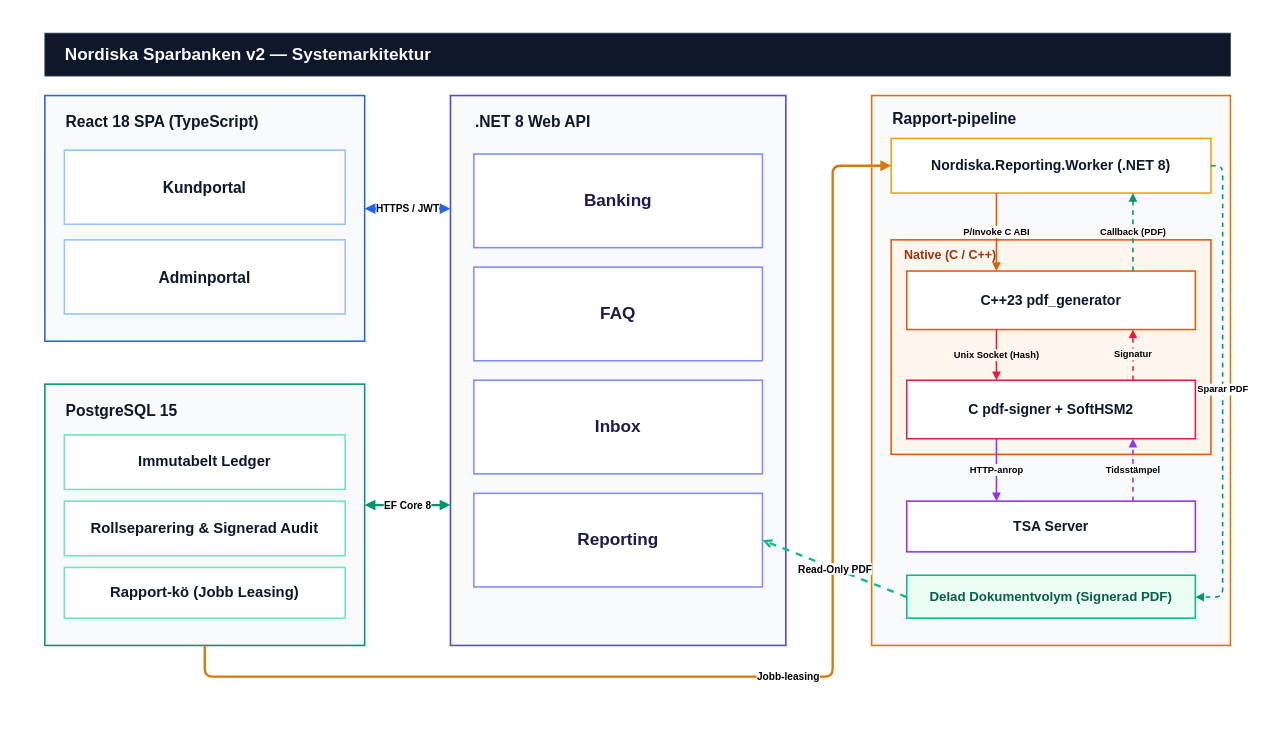
Above: docs/MVP_demo/slide_1_systemarkitektur.drawio in chas-challenge-2026/nordiska-team1 (draw.io), before the change. Source tidied: cells renumbered, new cells numbered last; positions are measured from the earlier drawing's top-left corner, leaving out a move shared by most shapes. Both pictures are drawn from the tidied source at 78%, with x=0, y=0 at pixel (44, 33).
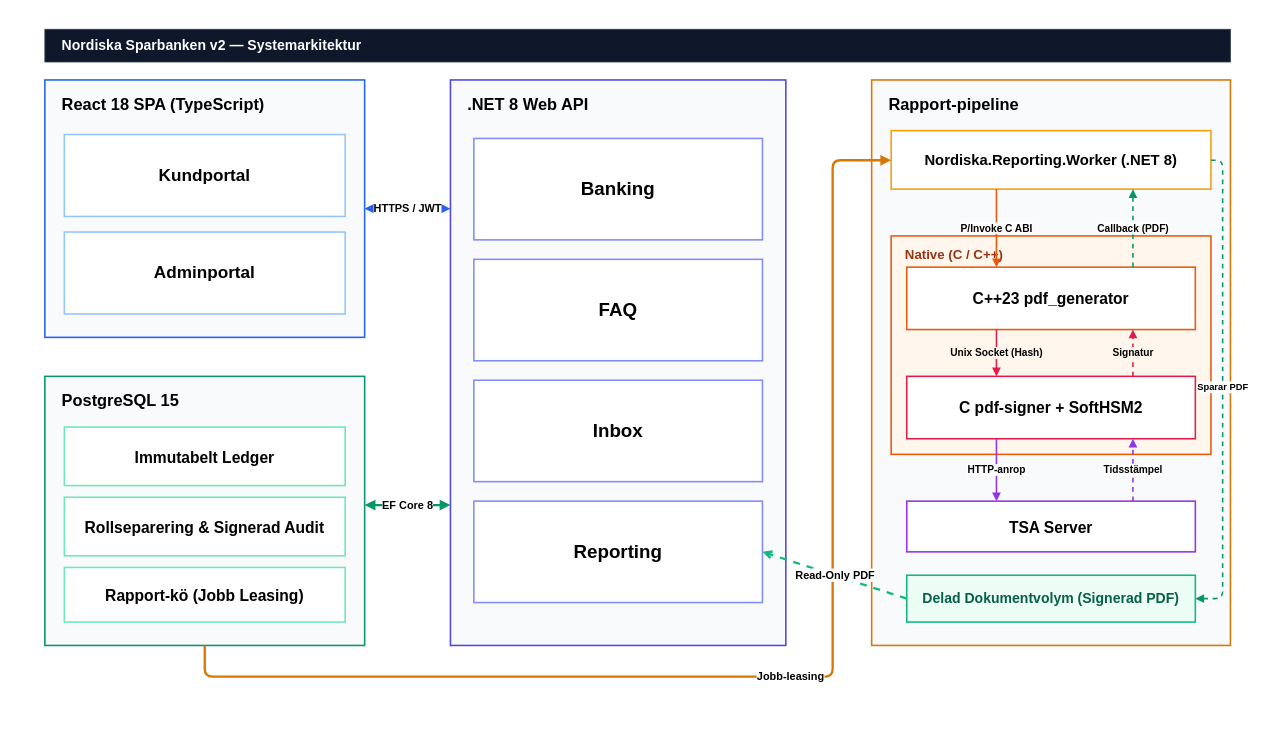
Above is the later version.

Commit message (it also covers changes not shown here):
add: MVP slide 1 & 2

What changed in the source:
```diff
@@
-<mxGraphModel>
+<mxGraphModel background="#FFFFFF">
@@
+    <mxCell id="38" style="rounded=0;whiteSpace=wrap;html=1;fillColor=#FFFFFF;strokeColor=none;" parent="1" vertex="1">
+      <mxGeometry x="-40" y="-25" width="1600" height="900" as="geometry" />
+    </mxCell>
-    <mxCell id="2" value="Nordiska Sparbanken v2 — Systemarkitektur" style="rounded=0;whiteSpace=wrap;html=1;fillColor=#0F172A;strokeColor=#334155;fontColor=#F8FAFC;fontSize=22;fontStyle=1;align=left;spacingLeft=24;" parent="1" vertex="1">
-      <mxGeometry width="1520" height="55" as="geometry" />
+    <mxCell id="2" value="Nordiska Sparbanken v2 — Systemarkitektur" style="rounded=0;whiteSpace=wrap;html=1;fillColor=#0F172A;strokeColor=#334155;fontColor=#FFFFFF;fontSize=18;fontStyle=1;align=left;spacingLeft=20;" parent="1" vertex="1">
+      <mxGeometry y="-5" width="1520" height="42" as="geometry" />
     </mxCell>
-    <mxCell id="3" style="rounded=0;whiteSpace=wrap;html=1;fillColor=#F8FAFC;strokeColor=#2563EB;strokeWidth=2;" parent="1" vertex="1">
-      <mxGeometry y="80" width="410" height="315" as="geometry" />
+    <mxCell id="3" value="React 18 SPA (TypeScript)" style="rounded=0;whiteSpace=wrap;html=1;fillColor=#F8FAFC;strokeColor=#2563EB;strokeWidth=2;verticalAlign=top;align=left;spacingLeft=20;spacingTop=12;fontSize=21;fontStyle=1;fontColor=#000000;" parent="1" vertex="1">
+      <mxGeometry y="60" width="410" height="330" as="geometry" />
     </mxCell>
-    <mxCell id="4" value="React 18 SPA (TypeScript)" style="text;html=1;align=left;verticalAlign=middle;whiteSpace=wrap;fontColor=#0F172A;fontSize=20;fontStyle=1;" parent="1" vertex="1">
-      <mxGeometry x="25" y="95" width="360" height="35" as="geometry" />
-    </mxCell>
-    <mxCell id="5" value="Kundportal" style="rounded=0;whiteSpace=wrap;html=1;fillColor=#FFFFFF;strokeColor=#93C5FD;strokeWidth=2;align=center;fontSize=20;fontStyle=1;fontColor=#0F172A;" parent="1" vertex="1">
-      <mxGeometry x="25" y="150" width="360" height="95" as="geometry" />
+    <mxCell id="5" value="Kundportal" style="rounded=0;whiteSpace=wrap;html=1;fillColor=#FFFFFF;strokeColor=#93C5FD;strokeWidth=2;align=center;fontSize=22;fontStyle=1;fontColor=#000000;" parent="1" vertex="1">
+      <mxGeometry x="25" y="130" width="360" height="105" as="geometry" />
     </mxCell>
-    <mxCell id="6" value="Adminportal" style="rounded=0;whiteSpace=wrap;html=1;fillColor=#FFFFFF;strokeColor=#93C5FD;strokeWidth=2;align=center;fontSize=20;fontStyle=1;fontColor=#0F172A;" parent="1" vertex="1">
-      <mxGeometry x="25" y="265" width="360" height="95" as="geometry" />
+    <mxCell id="6" value="Adminportal" style="rounded=0;whiteSpace=wrap;html=1;fillColor=#FFFFFF;strokeColor=#93C5FD;strokeWidth=2;align=center;fontSize=22;fontStyle=1;fontColor=#000000;" parent="1" vertex="1">
+      <mxGeometry x="25" y="255" width="360" height="105" as="geometry" />
     </mxCell>
-    <mxCell id="7" style="rounded=0;whiteSpace=wrap;html=1;fillColor=#F8FAFC;strokeColor=#059669;strokeWidth=2;" parent="1" vertex="1">
-      <mxGeometry y="450" width="410" height="335" as="geometry" />
+    <mxCell id="7" value="PostgreSQL 15" style="rounded=0;whiteSpace=wrap;html=1;fillColor=#F8FAFC;strokeColor=#059669;strokeWidth=2;verticalAlign=top;align=left;spacingLeft=20;spacingTop=12;fontSize=21;fontStyle=1;fontColor=#000000;" parent="1" vertex="1">
+      <mxGeometry y="440" width="410" height="345" as="geometry" />
     </mxCell>
-    <mxCell id="8" value="PostgreSQL 15" style="text;html=1;align=left;verticalAlign=middle;whiteSpace=wrap;fontColor=#0F172A;fontSize=20;fontStyle=1;" parent="1" vertex="1">
-      <mxGeometry x="25" y="465" width="360" height="35" as="geometry" />
-    </mxCell>
-    <mxCell id="9" value="Immutabelt Ledger" style="rounded=0;whiteSpace=wrap;html=1;fillColor=#FFFFFF;strokeColor=#6EE7B7;strokeWidth=2;align=center;fontSize=19;fontStyle=1;fontColor=#0F172A;" parent="1" vertex="1">
-      <mxGeometry x="25" y="515" width="360" height="70" as="geometry" />
+    <mxCell id="9" value="Immutabelt Ledger" style="rounded=0;whiteSpace=wrap;html=1;fillColor=#FFFFFF;strokeColor=#6EE7B7;strokeWidth=2;align=center;fontSize=20;fontStyle=1;fontColor=#000000;" parent="1" vertex="1">
+      <mxGeometry x="25" y="505" width="360" height="75" as="geometry" />
     </mxCell>
-    <mxCell id="10" value="Rollseparering &amp; Signerad Audit" style="rounded=0;whiteSpace=wrap;html=1;fillColor=#FFFFFF;strokeColor=#6EE7B7;strokeWidth=2;align=center;fontSize=19;fontStyle=1;fontColor=#0F172A;" parent="1" vertex="1">
-      <mxGeometry x="25" y="600" width="360" height="70" as="geometry" />
+    <mxCell id="10" value="Rollseparering &amp; Signerad Audit" style="rounded=0;whiteSpace=wrap;html=1;fillColor=#FFFFFF;strokeColor=#6EE7B7;strokeWidth=2;align=center;fontSize=20;fontStyle=1;fontColor=#000000;" parent="1" vertex="1">
+      <mxGeometry x="25" y="595" width="360" height="75" as="geometry" />
     </mxCell>
-    <mxCell id="11" value="Rapport-kö (Jobb Leasing)" style="rounded=0;whiteSpace=wrap;html=1;fillColor=#FFFFFF;strokeColor=#6EE7B7;strokeWidth=2;align=center;fontSize=19;fontStyle=1;fontColor=#0F172A;" parent="1" vertex="1">
-      <mxGeometry x="25" y="685" width="360" height="65" as="geometry" />
+    <mxCell id="11" value="Rapport-kö (Jobb Leasing)" style="rounded=0;whiteSpace=wrap;html=1;fillColor=#FFFFFF;strokeColor=#6EE7B7;strokeWidth=2;align=center;fontSize=20;fontStyle=1;fontColor=#000000;" parent="1" vertex="1">
+      <mxGeometry x="25" y="685" width="360" height="70" as="geometry" />
     </mxCell>
-    <mxCell id="12" style="rounded=0;whiteSpace=wrap;html=1;fillColor=#F8FAFC;strokeColor=#4F46E5;strokeWidth=2;" parent="1" vertex="1">
-      <mxGeometry x="520" y="80" width="430" height="705" as="geometry" />
+    <mxCell id="12" value=".NET 8 Web API" style="rounded=0;whiteSpace=wrap;html=1;fillColor=#F8FAFC;strokeColor=#4F46E5;strokeWidth=2;verticalAlign=top;align=left;spacingLeft=20;spacingTop=12;fontSize=21;fontStyle=1;fontColor=#000000;" parent="1" vertex="1">
+      <mxGeometry x="520" y="60" width="430" height="725" as="geometry" />
     </mxCell>
-    <mxCell id="13" value=".NET 8 Web API" style="text;html=1;align=left;verticalAlign=middle;whiteSpace=wrap;fontColor=#0F172A;fontSize=20;fontStyle=1;" parent="1" vertex="1">
-      <mxGeometry x="550" y="95" width="370" height="35" as="geometry" />
-    </mxCell>
-    <mxCell id="14" value="Banking" style="rounded=0;whiteSpace=wrap;html=1;fillColor=#FFFFFF;strokeColor=#818CF8;strokeWidth=2;align=center;fontSize=22;fontStyle=1;fontColor=#1E1B4B;" parent="1" vertex="1">
-      <mxGeometry x="550" y="155" width="370" height="120" as="geometry" />
+    <mxCell id="14" value="Banking" style="rounded=0;whiteSpace=wrap;html=1;fillColor=#FFFFFF;strokeColor=#818CF8;strokeWidth=2;align=center;fontSize=24;fontStyle=1;fontColor=#000000;" parent="1" vertex="1">
+      <mxGeometry x="550" y="135" width="370" height="130" as="geometry" />
     </mxCell>
-    <mxCell id="15" value="FAQ" style="rounded=0;whiteSpace=wrap;html=1;fillColor=#FFFFFF;strokeColor=#818CF8;strokeWidth=2;align=center;fontSize=22;fontStyle=1;fontColor=#1E1B4B;" parent="1" vertex="1">
-      <mxGeometry x="550" y="300" width="370" height="120" as="geometry" />
+    <mxCell id="15" value="FAQ" style="rounded=0;whiteSpace=wrap;html=1;fillColor=#FFFFFF;strokeColor=#818CF8;strokeWidth=2;align=center;fontSize=24;fontStyle=1;fontColor=#000000;" parent="1" vertex="1">
+      <mxGeometry x="550" y="290" width="370" height="130" as="geometry" />
     </mxCell>
-    <mxCell id="16" value="Inbox" style="rounded=0;whiteSpace=wrap;html=1;fillColor=#FFFFFF;strokeColor=#818CF8;strokeWidth=2;align=center;fontSize=22;fontStyle=1;fontColor=#1E1B4B;" parent="1" vertex="1">
-      <mxGeometry x="550" y="445" width="370" height="120" as="geometry" />
+    <mxCell id="16" value="Inbox" style="rounded=0;whiteSpace=wrap;html=1;fillColor=#FFFFFF;strokeColor=#818CF8;strokeWidth=2;align=center;fontSize=24;fontStyle=1;fontColor=#000000;" parent="1" vertex="1">
+      <mxGeometry x="550" y="445" width="370" height="130" as="geometry" />
     </mxCell>
-    <mxCell id="17" value="Reporting" style="rounded=0;whiteSpace=wrap;html=1;fillColor=#FFFFFF;strokeColor=#818CF8;strokeWidth=2;align=center;fontSize=22;fontStyle=1;fontColor=#1E1B4B;" parent="1" vertex="1">
-      <mxGeometry x="550" y="590" width="370" height="120" as="geometry" />
+    <mxCell id="17" value="Reporting" style="rounded=0;whiteSpace=wrap;html=1;fillColor=#FFFFFF;strokeColor=#818CF8;strokeWidth=2;align=center;fontSize=24;fontStyle=1;fontColor=#000000;" parent="1" vertex="1">
+      <mxGeometry x="550" y="600" width="370" height="130" as="geometry" />
     </mxCell>
-    <mxCell id="18" style="rounded=0;whiteSpace=wrap;html=1;fillColor=#F8FAFC;strokeColor=#D97706;strokeWidth=2;" parent="1" vertex="1">
-      <mxGeometry x="1060" y="80" width="460" height="705" as="geometry" />
+    <mxCell id="18" value="Rapport-pipeline" style="rounded=0;whiteSpace=wrap;html=1;fillColor=#F8FAFC;strokeColor=#D97706;strokeWidth=2;verticalAlign=top;align=left;spacingLeft=20;spacingTop=12;fontSize=21;fontStyle=1;fontColor=#000000;" parent="1" vertex="1">
+      <mxGeometry x="1060" y="60" width="460" height="725" as="geometry" />
     </mxCell>
-    <mxCell id="19" value="Rapport-pipeline" style="text;html=1;align=left;verticalAlign=middle;whiteSpace=wrap;fontColor=#0F172A;fontSize=20;fontStyle=1;" parent="1" vertex="1">
-      <mxGeometry x="1085" y="93" width="390" height="32" as="geometry" />
-    </mxCell>
-    <mxCell id="20" value="Nordiska.Reporting.Worker (.NET 8)" style="rounded=0;whiteSpace=wrap;html=1;fillColor=#FFFFFF;strokeColor=#F59E0B;strokeWidth=2;align=center;fontSize=18;fontStyle=1;fontColor=#0F172A;" parent="1" vertex="1">
-      <mxGeometry x="1085" y="135" width="410" height="70" as="geometry" />
+    <mxCell id="20" value="Nordiska.Reporting.Worker (.NET 8)" style="rounded=0;whiteSpace=wrap;html=1;fillColor=#FFFFFF;strokeColor=#F59E0B;strokeWidth=2;align=center;fontSize=19;fontStyle=1;fontColor=#000000;" parent="1" vertex="1">
+      <mxGeometry x="1085" y="125" width="410" height="75" as="geometry" />
     </mxCell>
-    <mxCell id="21" style="rounded=0;whiteSpace=wrap;html=1;fillColor=#FFF7ED;strokeColor=#EA580C;strokeWidth=2;" parent="1" vertex="1">
-      <mxGeometry x="1085" y="265" width="410" height="275" as="geometry" />
+    <mxCell id="21" value="Native (C / C++)" style="rounded=0;whiteSpace=wrap;html=1;fillColor=#FFF7ED;strokeColor=#EA580C;strokeWidth=2;verticalAlign=top;align=left;spacingLeft=16;spacingTop=8;fontSize=17;fontStyle=1;fontColor=#9A3412;" parent="1" vertex="1">
+      <mxGeometry x="1085" y="260" width="410" height="280" as="geometry" />
     </mxCell>
-    <mxCell id="22" value="Native (C / C++)" style="text;html=1;align=left;verticalAlign=middle;whiteSpace=wrap;fontColor=#9A3412;fontSize=16;fontStyle=1;" parent="1" vertex="1">
-      <mxGeometry x="1100" y="271" width="160" height="26" as="geometry" />
-    </mxCell>
-    <mxCell id="23" value="C++23 pdf_generator" style="rounded=0;whiteSpace=wrap;html=1;fillColor=#FFFFFF;strokeColor=#EA580C;strokeWidth=2;align=center;fontSize=18;fontStyle=1;fontColor=#0F172A;" parent="1" vertex="1">
-      <mxGeometry x="1105" y="305" width="370" height="75" as="geometry" />
+    <mxCell id="23" value="C++23 pdf_generator" style="rounded=0;whiteSpace=wrap;html=1;fillColor=#FFFFFF;strokeColor=#EA580C;strokeWidth=2;align=center;fontSize=20;fontStyle=1;fontColor=#000000;" parent="1" vertex="1">
+      <mxGeometry x="1105" y="300" width="370" height="80" as="geometry" />
     </mxCell>
-    <mxCell id="24" value="C pdf-signer + SoftHSM2" style="rounded=0;whiteSpace=wrap;html=1;fillColor=#FFFFFF;strokeColor=#E11D48;strokeWidth=2;align=center;fontSize=18;fontStyle=1;fontColor=#0F172A;" parent="1" vertex="1">
-      <mxGeometry x="1105" y="445" width="370" height="75" as="geometry" />
+    <mxCell id="24" value="C pdf-signer + SoftHSM2" style="rounded=0;whiteSpace=wrap;html=1;fillColor=#FFFFFF;strokeColor=#E11D48;strokeWidth=2;align=center;fontSize=20;fontStyle=1;fontColor=#000000;" parent="1" vertex="1">
+      <mxGeometry x="1105" y="440" width="370" height="80" as="geometry" />
     </mxCell>
-    <mxCell id="25" value="TSA Server" style="rounded=0;whiteSpace=wrap;html=1;fillColor=#FFFFFF;strokeColor=#9333EA;strokeWidth=2;align=center;fontSize=18;fontStyle=1;fontColor=#0F172A;" parent="1" vertex="1">
+    <mxCell id="25" value="TSA Server" style="rounded=0;whiteSpace=wrap;html=1;fillColor=#FFFFFF;strokeColor=#9333EA;strokeWidth=2;align=center;fontSize=20;fontStyle=1;fontColor=#000000;" parent="1" vertex="1">
       <mxGeometry x="1105" y="600" width="370" height="65" as="geometry" />
     </mxCell>
-    <mxCell id="26" value="Delad Dokumentvolym (Signerad PDF)" style="rounded=0;whiteSpace=wrap;html=1;fillColor=#ECFDF5;strokeColor=#10B981;strokeWidth=2;align=center;fontSize=17;fontStyle=1;fontColor=#065F46;" parent="1" vertex="1">
-      <mxGeometry x="1105" y="695" width="370" height="55" as="geometry" />
+    <mxCell id="26" value="Delad Dokumentvolym (Signerad PDF)" style="rounded=0;whiteSpace=wrap;html=1;fillColor=#ECFDF5;strokeColor=#10B981;strokeWidth=2;align=center;fontSize=18;fontStyle=1;fontColor=#065F46;" parent="1" vertex="1">
+      <mxGeometry x="1105" y="695" width="370" height="60" as="geometry" />
     </mxCell>
-    <mxCell id="27" value="HTTPS / JWT" style="endArrow=block;startArrow=block;endFill=1;startFill=1;html=1;strokeColor=#2563EB;strokeWidth=3;fontSize=13;fontStyle=1;labelBackgroundColor=#FFFFFF;" parent="1" edge="1">
+    <mxCell id="27" value="HTTPS / JWT" style="endArrow=block;startArrow=block;endFill=1;startFill=1;html=1;strokeColor=#2563EB;strokeWidth=3;fontSize=14;fontStyle=1;fontColor=#000000;labelBackgroundColor=#FFFFFF;" parent="1" edge="1">
       <mxGeometry relative="1" as="geometry">
         <mxPoint x="410" y="225" as="sourcePoint" />
         <mxPoint x="520" y="225" as="targetPoint" />
       </mxGeometry>
     </mxCell>
-    <mxCell id="28" value="EF Core 8" style="endArrow=block;startArrow=block;endFill=1;startFill=1;html=1;strokeColor=#059669;strokeWidth=3;fontSize=13;fontStyle=1;labelBackgroundColor=#FFFFFF;" parent="1" edge="1">
+    <mxCell id="28" value="EF Core 8" style="endArrow=block;startArrow=block;endFill=1;startFill=1;html=1;strokeColor=#059669;strokeWidth=3;fontSize=14;fontStyle=1;fontColor=#000000;labelBackgroundColor=#FFFFFF;" parent="1" edge="1">
       <mxGeometry relative="1" as="geometry">
         <mxPoint x="520" y="605" as="sourcePoint" />
         <mxPoint x="410" y="605" as="targetPoint" />
       </mxGeometry>
     </mxCell>
-    <mxCell id="29" value="Jobb-leasing" style="endArrow=block;endFill=1;html=1;strokeColor=#D97706;strokeWidth=3;fontSize=13;fontStyle=1;labelBackgroundColor=#FFFFFF;edgeStyle=orthogonalEdgeStyle;" parent="1" edge="1">
+    <mxCell id="29" value="Jobb-leasing" style="endArrow=block;endFill=1;html=1;strokeColor=#D97706;strokeWidth=3;fontSize=14;fontStyle=1;fontColor=#000000;labelBackgroundColor=#FFFFFF;edgeStyle=orthogonalEdgeStyle;" parent="1" edge="1">
       <mxGeometry relative="1" as="geometry">
         <mxPoint x="205" y="785" as="sourcePoint" />
-        <mxPoint x="1085" y="170" as="targetPoint" />
+        <mxPoint x="1085" y="163" as="targetPoint" />
         <Array as="points">
           <mxPoint x="205" y="825" />
           <mxPoint x="1010" y="825" />
-          <mxPoint x="1010" y="170" />
+          <mxPoint x="1010" y="163" />
         </Array>
       </mxGeometry>
     </mxCell>
-    <mxCell id="30" value="P/Invoke C ABI" style="endArrow=block;endFill=1;html=1;strokeColor=#EA580C;strokeWidth=2;fontSize=12;fontStyle=1;labelBackgroundColor=#FFFFFF;" parent="1" edge="1">
+    <mxCell id="30" value="P/Invoke C ABI" style="endArrow=block;endFill=1;html=1;strokeColor=#EA580C;strokeWidth=2;fontSize=13;fontStyle=1;fontColor=#000000;labelBackgroundColor=#FFFFFF;" parent="1" edge="1">
       <mxGeometry relative="1" as="geometry">
-        <mxPoint x="1220" y="205" as="sourcePoint" />
-        <mxPoint x="1220" y="305" as="targetPoint" />
+        <mxPoint x="1220" y="200" as="sourcePoint" />
+        <mxPoint x="1220" y="300" as="targetPoint" />
       </mxGeometry>
     </mxCell>
-    <mxCell id="31" value="Callback (PDF)" style="endArrow=block;endFill=1;dashed=1;html=1;strokeColor=#059669;strokeWidth=2;fontSize=12;fontStyle=1;labelBackgroundColor=#FFFFFF;" parent="1" edge="1">
+    <mxCell id="31" value="Callback (PDF)" style="endArrow=block;endFill=1;dashed=1;html=1;strokeColor=#059669;strokeWidth=2;fontSize=13;fontStyle=1;fontColor=#000000;labelBackgroundColor=#FFFFFF;" parent="1" edge="1">
       <mxGeometry relative="1" as="geometry">
-        <mxPoint x="1395" y="305" as="sourcePoint" />
-        <mxPoint x="1395" y="205" as="targetPoint" />
+        <mxPoint x="1395" y="300" as="sourcePoint" />
+        <mxPoint x="1395" y="200" as="targetPoint" />
       </mxGeometry>
     </mxCell>
-    <mxCell id="32" value="Unix Socket (Hash)" style="endArrow=block;endFill=1;html=1;strokeColor=#E11D48;strokeWidth=2;fontSize=12;fontStyle=1;labelBackgroundColor=#FFF7ED;" parent="1" edge="1">
+    <mxCell id="32" value="Unix Socket (Hash)" style="endArrow=block;endFill=1;html=1;strokeColor=#E11D48;strokeWidth=2;fontSize=13;fontStyle=1;fontColor=#000000;labelBackgroundColor=#FFF7ED;" parent="1" edge="1">
       <mxGeometry relative="1" as="geometry">
         <mxPoint x="1220" y="380" as="sourcePoint" />
-        <mxPoint x="1220" y="445" as="targetPoint" />
+        <mxPoint x="1220" y="440" as="targetPoint" />
       </mxGeometry>
     </mxCell>
-    <mxCell id="33" value="Signatur" style="endArrow=block;endFill=1;dashed=1;html=1;strokeColor=#E11D48;strokeWidth=2;fontSize=12;fontStyle=1;labelBackgroundColor=#FFF7ED;" parent="1" edge="1">
+    <mxCell id="33" value="Signatur" style="endArrow=block;endFill=1;dashed=1;html=1;strokeColor=#E11D48;strokeWidth=2;fontSize=13;fontStyle=1;fontColor=#000000;labelBackgroundColor=#FFF7ED;" parent="1" edge="1">
       <mxGeometry relative="1" as="geometry">
-        <mxPoint x="1395" y="445" as="sourcePoint" />
+        <mxPoint x="1395" y="440" as="sourcePoint" />
         <mxPoint x="1395" y="380" as="targetPoint" />
       </mxGeometry>
     </mxCell>
-    <mxCell id="34" value="HTTP-anrop" style="endArrow=block;endFill=1;html=1;strokeColor=#9333EA;strokeWidth=2;fontSize=12;fontStyle=1;labelBackgroundColor=#FFFFFF;" parent="1" edge="1">
+    <mxCell id="34" value="HTTP-anrop" style="endArrow=block;endFill=1;html=1;strokeColor=#9333EA;strokeWidth=2;fontSize=13;fontStyle=1;fontColor=#000000;labelBackgroundColor=#FFFFFF;" parent="1" edge="1">
       <mxGeometry relative="1" as="geometry">
         <mxPoint x="1220" y="520" as="sourcePoint" />
         <mxPoint x="1220" y="600" as="targetPoint" />
       </mxGeometry>
     </mxCell>
-    <mxCell id="35" value="Tidsstämpel" style="endArrow=block;endFill=1;dashed=1;html=1;strokeColor=#9333EA;strokeWidth=2;fontSize=12;fontStyle=1;labelBackgroundColor=#FFFFFF;" parent="1" edge="1">
+    <mxCell id="35" value="Tidsstämpel" style="endArrow=block;endFill=1;dashed=1;html=1;strokeColor=#9333EA;strokeWidth=2;fontSize=13;fontStyle=1;fontColor=#000000;labelBackgroundColor=#FFFFFF;" parent="1" edge="1">
       <mxGeometry relative="1" as="geometry">
         <mxPoint x="1395" y="600" as="sourcePoint" />
         <mxPoint x="1395" y="520" as="targetPoint" />
       </mxGeometry>
     </mxCell>
-    <mxCell id="36" value="Sparar PDF" style="endArrow=block;endFill=1;dashed=1;html=1;strokeColor=#059669;strokeWidth=2;fontSize=12;fontStyle=1;labelBackgroundColor=#FFFFFF;edgeStyle=orthogonalEdgeStyle;" parent="1" edge="1">
+    <mxCell id="36" value="Sparar PDF" style="endArrow=block;endFill=1;dashed=1;html=1;strokeColor=#059669;strokeWidth=2;fontSize=12;fontStyle=1;fontColor=#000000;labelBackgroundColor=#FFFFFF;edgeStyle=orthogonalEdgeStyle;" parent="1" edge="1">
       <mxGeometry relative="1" as="geometry">
-        <mxPoint x="1495" y="170" as="sourcePoint" />
-        <mxPoint x="1475" y="723" as="targetPoint" />
+        <mxPoint x="1495" y="163" as="sourcePoint" />
+        <mxPoint x="1475" y="725" as="targetPoint" />
         <Array as="points">
-          <mxPoint x="1510" y="170" />
-          <mxPoint x="1510" y="723" />
+          <mxPoint x="1510" y="163" />
+          <mxPoint x="1510" y="725" />
         </Array>
       </mxGeometry>
     </mxCell>
-    <mxCell id="37" value="Read-Only PDF" style="endArrow=open;endFill=0;dashed=1;html=1;strokeColor=#10B981;strokeWidth=3;fontSize=13;fontStyle=1;labelBackgroundColor=#FFFFFF;" parent="1" edge="1">
+    <mxCell id="37" value="Read-Only PDF" style="endArrow=open;endFill=0;dashed=1;html=1;strokeColor=#10B981;strokeWidth=3;fontSize=14;fontStyle=1;fontColor=#000000;labelBackgroundColor=#FFFFFF;" parent="1" edge="1">
       <mxGeometry relative="1" as="geometry">
-        <mxPoint x="1105" y="723" as="sourcePoint" />
-        <mxPoint x="920" y="650" as="targetPoint" />
+        <mxPoint x="1105" y="725" as="sourcePoint" />
+        <mxPoint x="920" y="665" as="targetPoint" />
       </mxGeometry>
     </mxCell>
```
